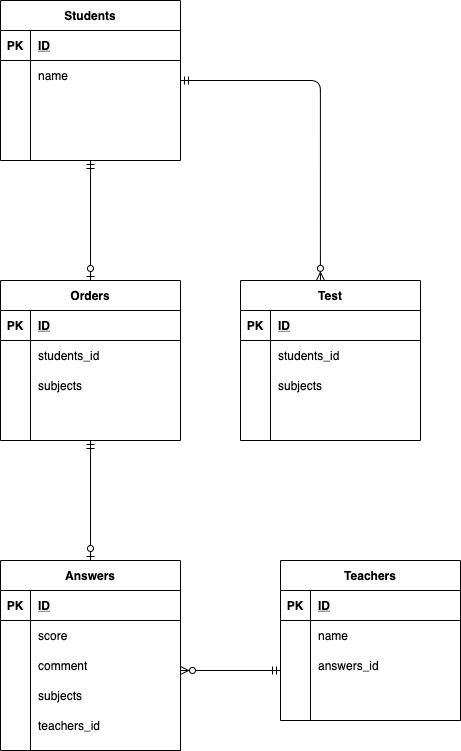
pcrmckp/table_design keeps this draw.io diagram as index.drawio.png. Above is the earlier version. Source tidied: cells renumbered, new cells last; positions are measured from the earlier drawing's top-left corner, leaving out a move shared by most shapes.
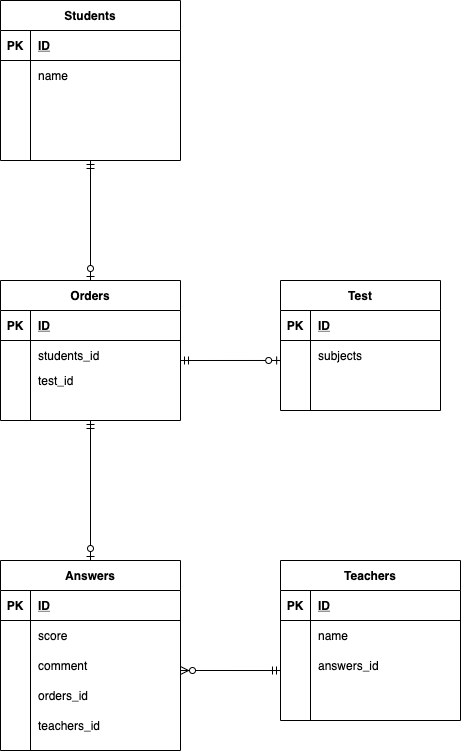
The same diagram one commit later.

The edit, as a diff of the source:
```diff
@@ -81,7 +81,7 @@
       <mxGeometry x="30" width="150" height="30" as="geometry" />
     </mxCell>
     <mxCell id="28" value="Orders" style="shape=table;startSize=30;rowLines=0;fontStyle=1;align=center;" parent="1" vertex="1">
-      <mxGeometry y="280" width="180" height="160" as="geometry" />
+      <mxGeometry y="280" width="180" height="140" as="geometry" />
     </mxCell>
     <mxCell id="29" style="shape=partialRectangle;fillColor=none;top=0;left=0;bottom=1;right=0;" parent="28" vertex="1">
       <mxGeometry y="30" width="180" height="30" as="geometry" />
@@ -102,22 +102,22 @@
       <mxGeometry x="30" width="150" height="30" as="geometry" />
     </mxCell>
     <mxCell id="35" style="shape=partialRectangle;fillColor=none;top=0;left=0;bottom=0;right=0;" parent="28" vertex="1">
-      <mxGeometry y="90" width="180" height="30" as="geometry" />
+      <mxGeometry y="90" width="180" height="20" as="geometry" />
     </mxCell>
     <mxCell id="36" style="shape=partialRectangle;fillColor=none;top=0;left=0;bottom=0;right=0;overflow=hidden;" parent="35" vertex="1">
-      <mxGeometry width="30" height="30" as="geometry" />
+      <mxGeometry width="30" height="20" as="geometry" />
     </mxCell>
-    <mxCell id="37" value="subjects" style="shape=partialRectangle;fillColor=none;top=0;left=0;bottom=0;right=0;align=left;spacingLeft=6;overflow=hidden;" parent="35" vertex="1">
-      <mxGeometry x="30" width="150" height="30" as="geometry" />
+    <mxCell id="37" value="test_id" style="shape=partialRectangle;fillColor=none;top=0;left=0;bottom=0;right=0;align=left;spacingLeft=6;overflow=hidden;" parent="35" vertex="1">
+      <mxGeometry x="30" width="150" height="20" as="geometry" />
     </mxCell>
     <mxCell id="38" style="shape=partialRectangle;fillColor=none;top=0;left=0;bottom=0;right=0;" parent="28" vertex="1">
-      <mxGeometry y="120" width="180" height="30" as="geometry" />
+      <mxGeometry y="110" width="180" height="20" as="geometry" />
     </mxCell>
     <mxCell id="39" style="shape=partialRectangle;fillColor=none;top=0;left=0;bottom=0;right=0;overflow=hidden;" parent="38" vertex="1">
-      <mxGeometry width="30" height="30" as="geometry" />
+      <mxGeometry width="30" height="20" as="geometry" />
     </mxCell>
     <mxCell id="40" style="shape=partialRectangle;fillColor=none;top=0;left=0;bottom=0;right=0;align=left;spacingLeft=6;overflow=hidden;" parent="38" vertex="1">
-      <mxGeometry x="30" width="150" height="30" as="geometry" />
+      <mxGeometry x="30" width="150" height="20" as="geometry" />
     </mxCell>
     <mxCell id="41" value="Answers" style="shape=table;startSize=30;rowLines=0;fontStyle=1;align=center;" parent="1" vertex="1">
       <mxGeometry y="560" width="180" height="190" as="geometry" />
@@ -155,7 +155,7 @@
     <mxCell id="52" style="shape=partialRectangle;fillColor=none;top=0;left=0;bottom=0;right=0;overflow=hidden;" parent="51" vertex="1">
       <mxGeometry width="30" height="30" as="geometry" />
     </mxCell>
-    <mxCell id="53" value="subjects" style="shape=partialRectangle;fillColor=none;top=0;left=0;bottom=0;right=0;align=left;spacingLeft=6;overflow=hidden;" parent="51" vertex="1">
+    <mxCell id="53" value="orders_id" style="shape=partialRectangle;fillColor=none;top=0;left=0;bottom=0;right=0;align=left;spacingLeft=6;overflow=hidden;" parent="51" vertex="1">
       <mxGeometry x="30" width="150" height="30" as="geometry" />
     </mxCell>
     <mxCell id="54" style="shape=partialRectangle;fillColor=none;top=0;left=0;bottom=0;right=0;" parent="41" vertex="1">
@@ -176,51 +176,42 @@
       <mxGeometry relative="1" as="geometry" />
     </mxCell>
     <mxCell id="59" value="Test" style="shape=table;startSize=30;rowLines=0;fontStyle=1;align=center;" parent="1" vertex="1">
-      <mxGeometry x="240" y="280" width="180" height="160" as="geometry" />
+      <mxGeometry x="280" y="280" width="160" height="130" as="geometry" />
     </mxCell>
     <mxCell id="60" style="shape=partialRectangle;fillColor=none;top=0;left=0;bottom=1;right=0;" parent="59" vertex="1">
-      <mxGeometry y="30" width="180" height="30" as="geometry" />
+      <mxGeometry y="30" width="160" height="30" as="geometry" />
     </mxCell>
     <mxCell id="61" value="PK" style="shape=partialRectangle;fillColor=none;top=0;left=0;bottom=0;right=0;fontStyle=1;overflow=hidden;" parent="60" vertex="1">
       <mxGeometry width="30" height="30" as="geometry" />
     </mxCell>
     <mxCell id="62" value="ID" style="shape=partialRectangle;fillColor=none;top=0;left=0;bottom=0;right=0;align=left;spacingLeft=6;fontStyle=5;overflow=hidden;" parent="60" vertex="1">
-      <mxGeometry x="30" width="150" height="30" as="geometry" />
+      <mxGeometry x="30" width="130" height="30" as="geometry" />
     </mxCell>
-    <mxCell id="63" style="shape=partialRectangle;fillColor=none;top=0;left=0;bottom=0;right=0;" parent="59" vertex="1">
-      <mxGeometry y="60" width="180" height="30" as="geometry" />
-    </mxCell>
-    <mxCell id="64" style="shape=partialRectangle;fillColor=none;top=0;left=0;bottom=0;right=0;overflow=hidden;" parent="63" vertex="1">
-      <mxGeometry width="30" height="30" as="geometry" />
-    </mxCell>
-    <mxCell id="65" value="students_id" style="shape=partialRectangle;fillColor=none;top=0;left=0;bottom=0;right=0;align=left;spacingLeft=6;overflow=hidden;" parent="63" vertex="1">
-      <mxGeometry x="30" width="150" height="30" as="geometry" />
-    </mxCell>
     <mxCell id="66" style="shape=partialRectangle;fillColor=none;top=0;left=0;bottom=0;right=0;points=[[0,0.5],[1,0.5]];portConstraint=eastwest;" parent="59" vertex="1">
-      <mxGeometry y="90" width="180" height="30" as="geometry" />
+      <mxGeometry y="60" width="160" height="30" as="geometry" />
     </mxCell>
     <mxCell id="67" style="shape=partialRectangle;fillColor=none;top=0;left=0;bottom=0;right=0;overflow=hidden;" parent="66" vertex="1">
       <mxGeometry width="30" height="30" as="geometry" />
     </mxCell>
     <mxCell id="68" value="subjects" style="shape=partialRectangle;fillColor=none;top=0;left=0;bottom=0;right=0;align=left;spacingLeft=6;overflow=hidden;" parent="66" vertex="1">
-      <mxGeometry x="30" width="150" height="30" as="geometry" />
+      <mxGeometry x="30" width="130" height="30" as="geometry" />
     </mxCell>
     <mxCell id="69" style="shape=partialRectangle;fillColor=none;top=0;left=0;bottom=0;right=0;" parent="59" vertex="1">
-      <mxGeometry y="120" width="180" height="30" as="geometry" />
+      <mxGeometry y="90" width="160" height="30" as="geometry" />
     </mxCell>
     <mxCell id="70" style="shape=partialRectangle;fillColor=none;top=0;left=0;bottom=0;right=0;overflow=hidden;" parent="69" vertex="1">
       <mxGeometry width="30" height="30" as="geometry" />
     </mxCell>
     <mxCell id="71" style="shape=partialRectangle;fillColor=none;top=0;left=0;bottom=0;right=0;align=left;spacingLeft=6;overflow=hidden;" parent="69" vertex="1">
-      <mxGeometry x="30" width="150" height="30" as="geometry" />
+      <mxGeometry x="30" width="130" height="30" as="geometry" />
     </mxCell>
-    <mxCell id="72" style="edgeStyle=orthogonalEdgeStyle;fontSize=12;html=1;endArrow=ERzeroToMany;startArrow=ERmandOne;entryX=0.444;entryY=-0.001;entryDx=0;entryDy=0;entryPerimeter=0;" parent="1" edge="1" target="59">
-      <mxGeometry relative="1" as="geometry">
-        <mxPoint x="180" y="80" as="sourcePoint" />
-      </mxGeometry>
-    </mxCell>
     <mxCell id="73" style="fontSize=12;html=1;endArrow=ERzeroToOne;startArrow=ERmandOne;exitX=0.5;exitY=1;exitDx=0;exitDy=0;entryX=0.5;entryY=0;entryDx=0;entryDy=0;" parent="1" edge="1" source="28" target="41">
       <mxGeometry relative="1" as="geometry" />
     </mxCell>
+    <mxCell id="74" style="fontSize=12;html=1;endArrow=ERzeroToOne;startArrow=ERmandOne;entryX=0.001;entryY=0.666;entryDx=0;entryDy=0;entryPerimeter=0;" parent="1" edge="1" target="66">
+      <mxGeometry relative="1" as="geometry">
+        <mxPoint x="180" y="360" as="sourcePoint" />
+      </mxGeometry>
+    </mxCell>
   </root>
 </mxGraphModel>
```
